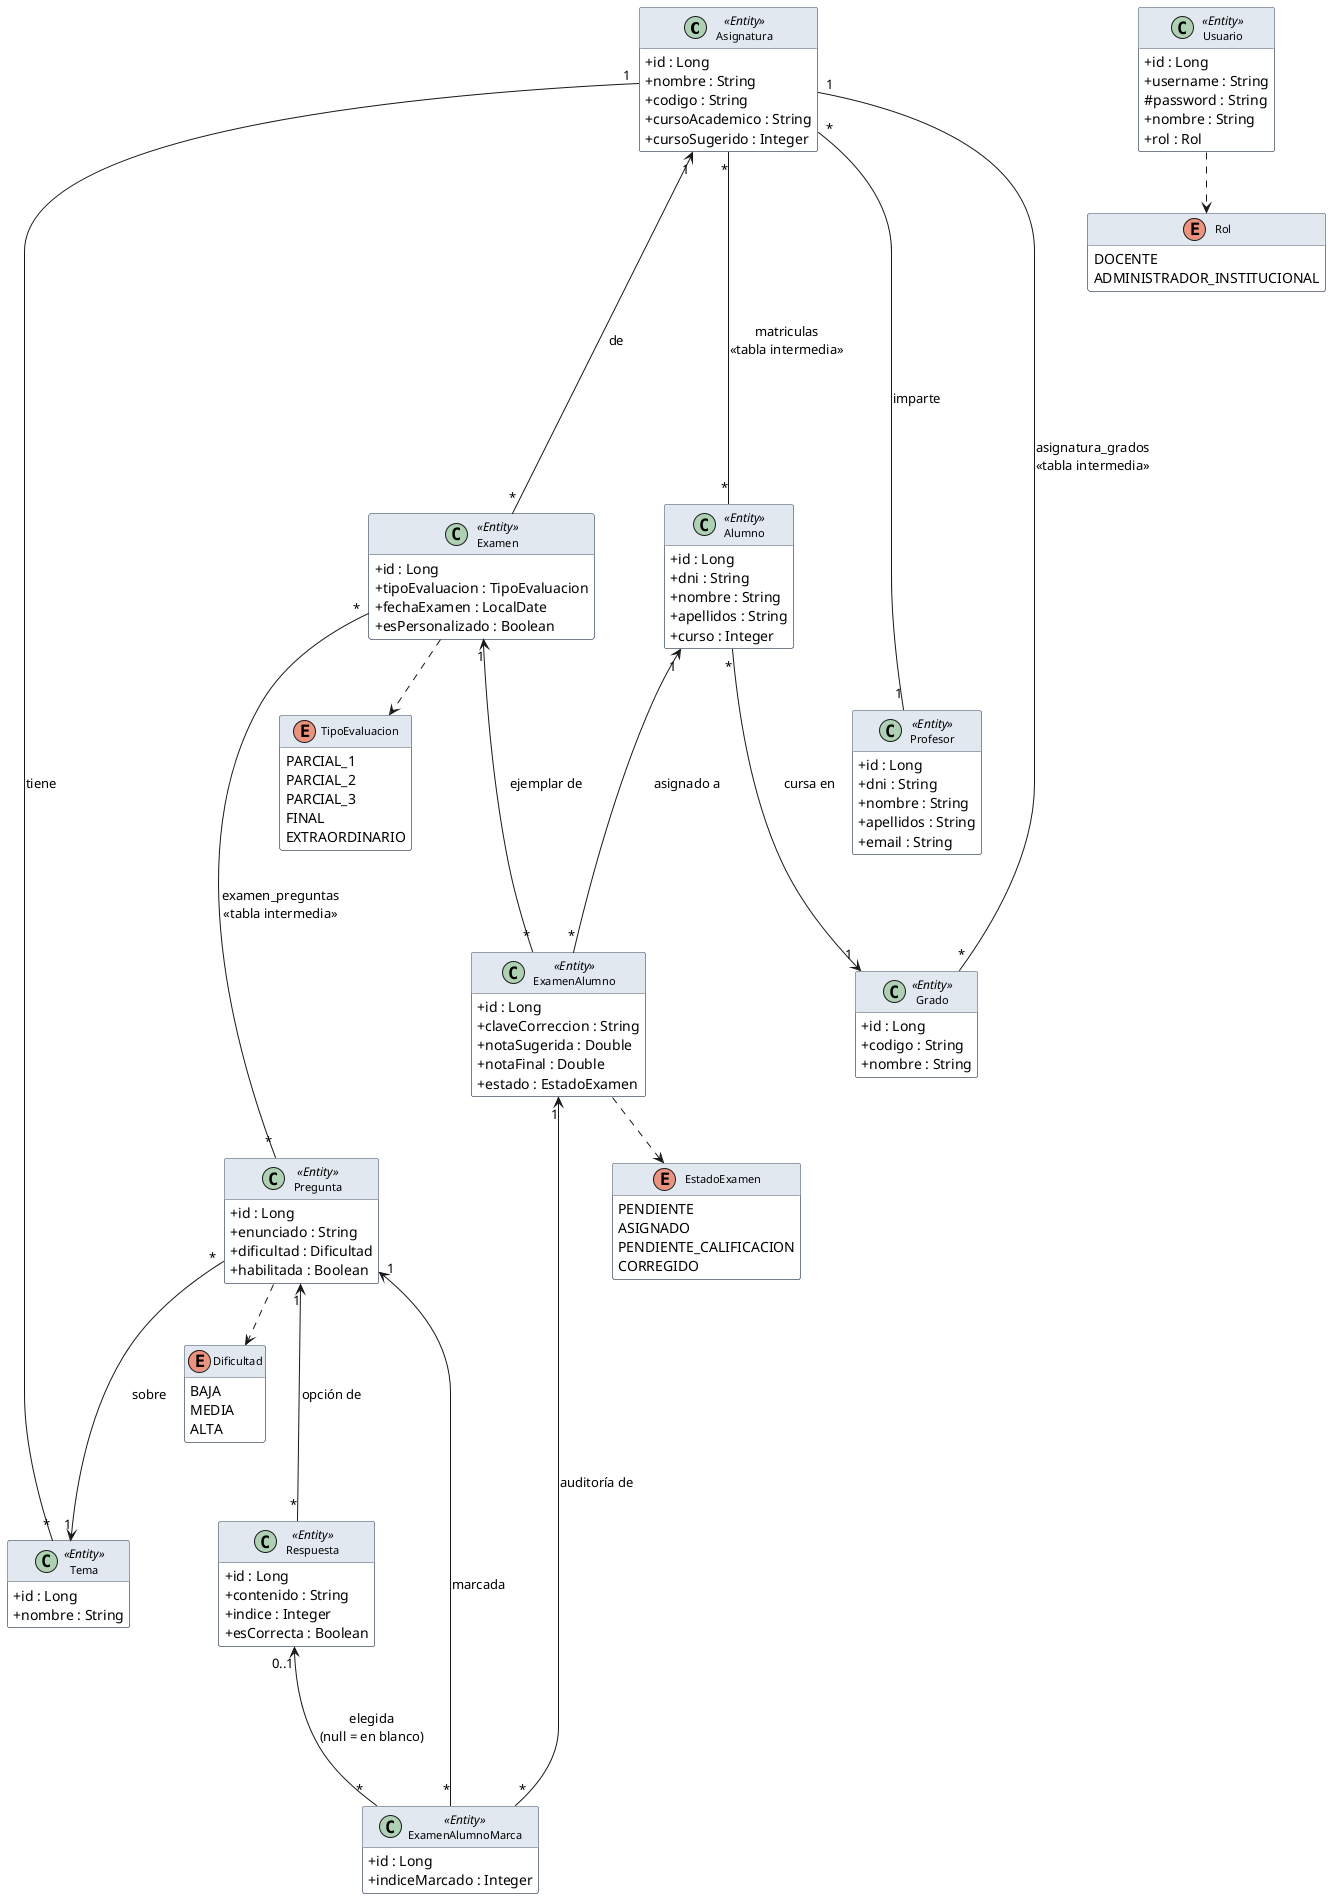
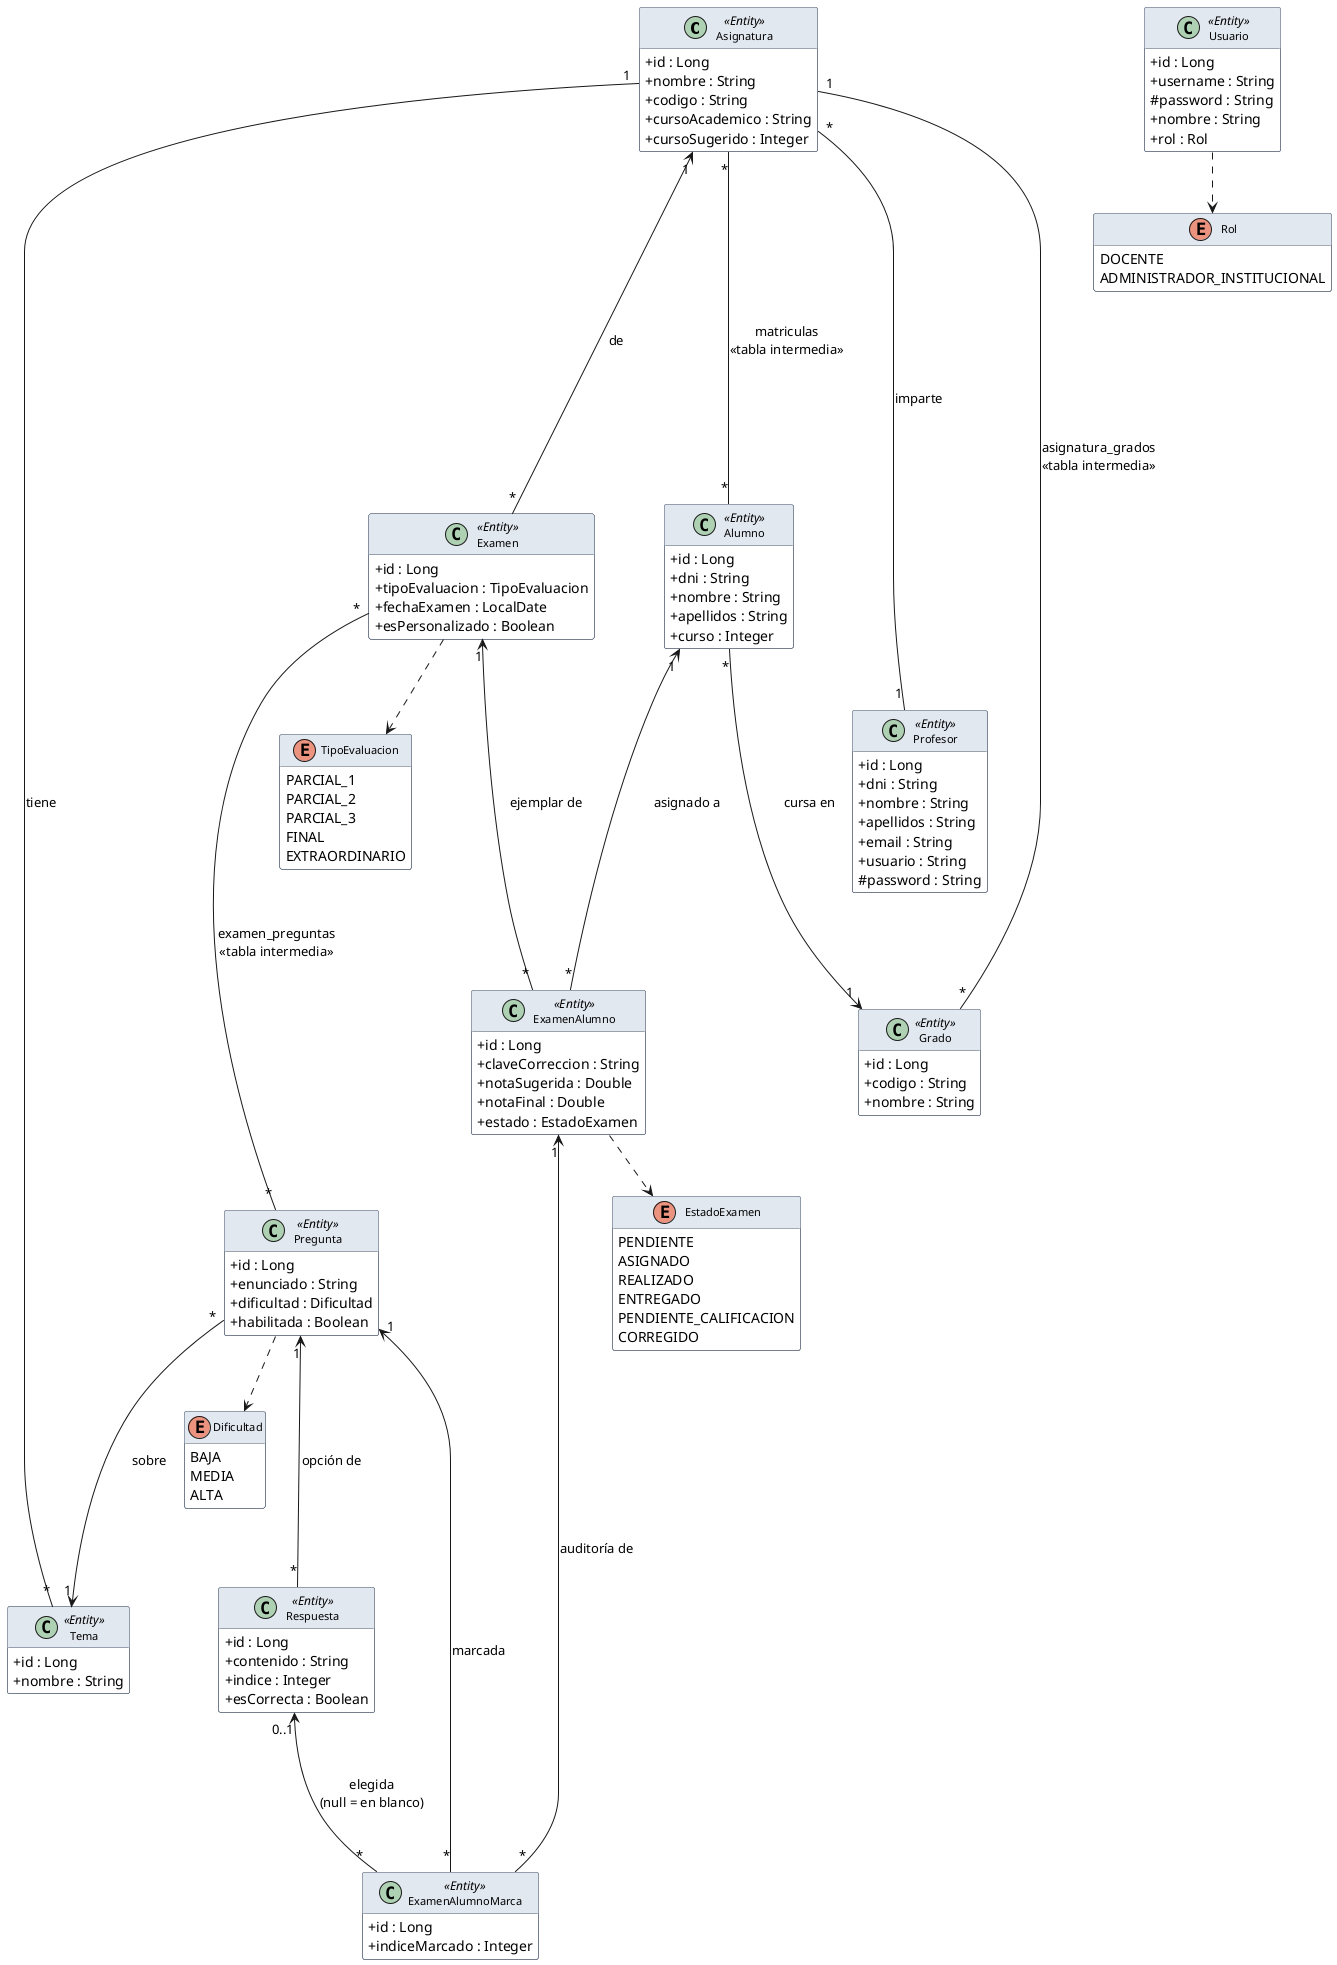
@startuml
skinparam classAttributeIconSize 0
skinparam class {
  BackgroundColor white
  BorderColor #475569
  HeaderBackgroundColor #e2e8f0
  FontName Arial
  FontSize 11
}
skinparam enum {
  BackgroundColor #fef9c3
  BorderColor #ca8a04
  FontName Arial
  FontSize 10
}
hide empty members

' ══ ENTIDADES ══

class Asignatura <<Entity>> {
  + id : Long
  + nombre : String
  + codigo : String
  + cursoAcademico : String
  + cursoSugerido : Integer
}

together {
  class Examen <<Entity>> {
    + id : Long
    + tipoEvaluacion : TipoEvaluacion
    + fechaExamen : LocalDate
    + esPersonalizado : Boolean
  }
  class Alumno <<Entity>> {
    + id : Long
    + dni : String
    + nombre : String
    + apellidos : String
    + curso : Integer
  }
}

together {
  class Profesor <<Entity>> {
    + id : Long
    + dni : String
    + nombre : String
    + apellidos : String
    + email : String
+     + usuario : String
+     # password : String
  }
  class ExamenAlumno <<Entity>> {
    + id : Long
    + claveCorreccion : String
    + notaSugerida : Double
    + notaFinal : Double
    + estado : EstadoExamen
  }
}

together {
  class Pregunta <<Entity>> {
    + id : Long
    + enunciado : String
    + dificultad : Dificultad
    + habilitada : Boolean
  }
  class Grado <<Entity>> {
    + id : Long
    + codigo : String
    + nombre : String
  }
}

together {
  class Tema <<Entity>> {
    + id : Long
    + nombre : String
  }
  class Respuesta <<Entity>> {
    + id : Long
    + contenido : String
    + indice : Integer
    + esCorrecta : Boolean
  }
}

class ExamenAlumnoMarca <<Entity>> {
  + id : Long
  + indiceMarcado : Integer
}

together {
  class Usuario <<Entity>> {
    + id : Long
    + username : String
    # password : String
    + nombre : String
    + rol : Rol
  }
  enum Rol {
    DOCENTE
    ADMINISTRADOR_INSTITUCIONAL
  }
}

enum TipoEvaluacion {
  PARCIAL_1
  PARCIAL_2
  PARCIAL_3
  FINAL
  EXTRAORDINARIO
}

enum EstadoExamen {
  PENDIENTE
  ASIGNADO
+   REALIZADO
+   ENTREGADO
  PENDIENTE_CALIFICACION
  CORREGIDO
}

enum Dificultad {
  BAJA
  MEDIA
  ALTA
}

' ══ FLECHAS OCULTAS — anclan filas sin relación directa ══
Examen       -[hidden]d->  Profesor
ExamenAlumno -[hidden]d->  Pregunta
Profesor     -[hidden]d->  Grado

' ══ RELACIONES ══

' Auth
Usuario ..> Rol

' Asignatura como eje central
Examen       "*"  --u->  "1"  Asignatura    : de
Alumno       "*"  --u--  "*"  Asignatura    : matriculas\n<<tabla intermedia>>
Profesor     "1"  --u--  "*"  Asignatura    : imparte
Asignatura   "1"  --d--  "*"  Grado         : asignatura_grados\n<<tabla intermedia>>
Asignatura   "1"  --d--  "*"  Tema          : tiene

' Alumno → Grado
Alumno       "*"  --d->  "1"  Grado         : cursa en

' Contenido
Pregunta     "*"  --d->  "1"  Tema          : sobre
Pregunta     ..>  Dificultad
Respuesta    "*"  --u->  "1"  Pregunta      : opción de

' Examen
Examen       ..>  TipoEvaluacion
Examen       "*"  --d--  "*"  Pregunta      : examen_preguntas\n<<tabla intermedia>>

' Ejemplar
ExamenAlumno ..>  EstadoExamen
ExamenAlumno "*"  --u->  "1"  Examen        : ejemplar de
ExamenAlumno "*"  --u->  "1"  Alumno        : asignado a

' Auditoría
ExamenAlumnoMarca  "*"  --u->  "1"    ExamenAlumno  : auditoría de
ExamenAlumnoMarca  "*"  --u->  "1"    Pregunta      : marcada
ExamenAlumnoMarca  "*"  --u->  "0..1" Respuesta     : elegida\n(null = en blanco)

@enduml
